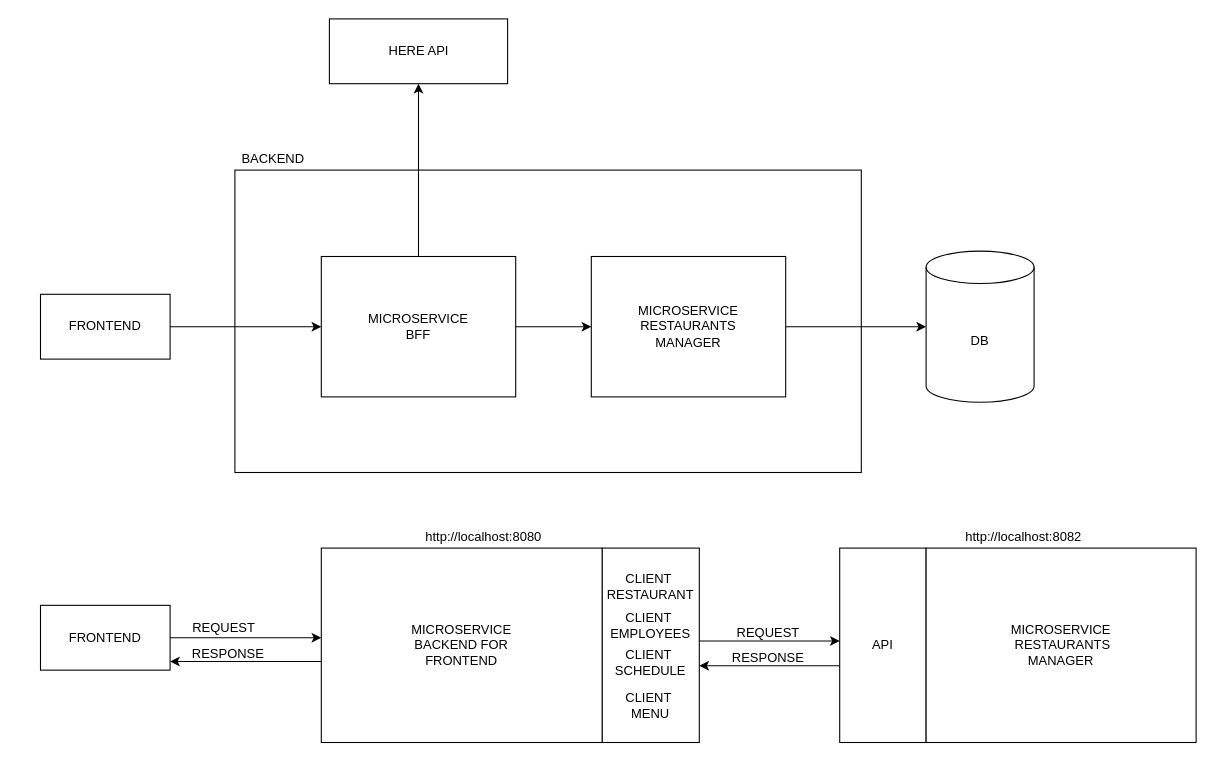
Earlier version of the draw.io diagram architecture/architecture diagram.drawio (porqueeuprogramo/pep-restaurant-documentation). Source tidied: cells renumbered, new cells numbered last; positions are measured from the earlier drawing's top-left corner, leaving out a move shared by most shapes. Both pictures are drawn from the tidied source at 108%, with x=0, y=0 at pixel (40, 18).
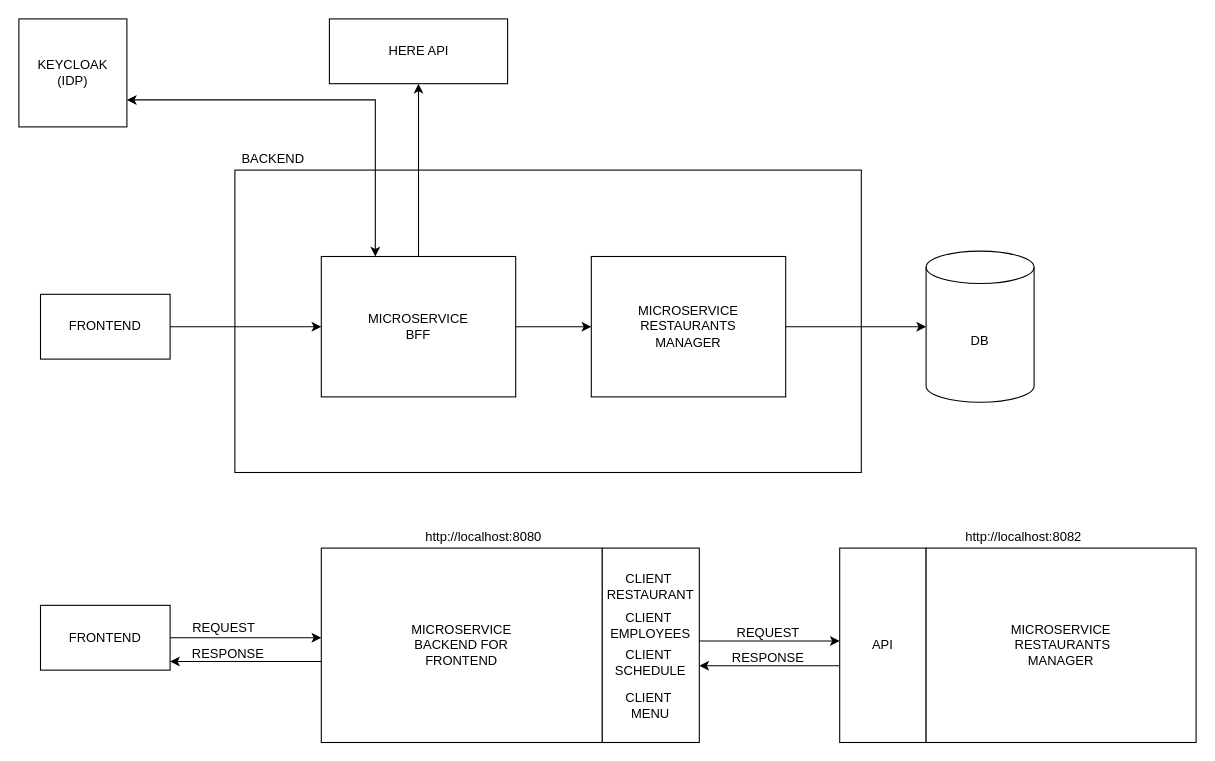
Above is the later version.

Commit message:
keycloak added to architecture

What changed in the source:
```diff
@@
+    <mxCell id="33" value="KEYCLOAK&lt;br&gt;(IDP)" style="whiteSpace=wrap;html=1;" parent="1" vertex="1">
+      <mxGeometry x="-20" width="100" height="100" as="geometry" />
+    </mxCell>
+    <mxCell id="34" style="endArrow=classic;startArrow=classic;html=1;rounded=0;entryX=1;entryY=0.75;entryDx=0;entryDy=0;" parent="1" edge="1" target="33">
+      <mxGeometry relative="1" as="geometry">
+        <mxPoint x="310" y="220" as="sourcePoint" />
+        <Array as="points">
+          <mxPoint x="310" y="75" />
+        </Array>
+      </mxGeometry>
+    </mxCell>
```
